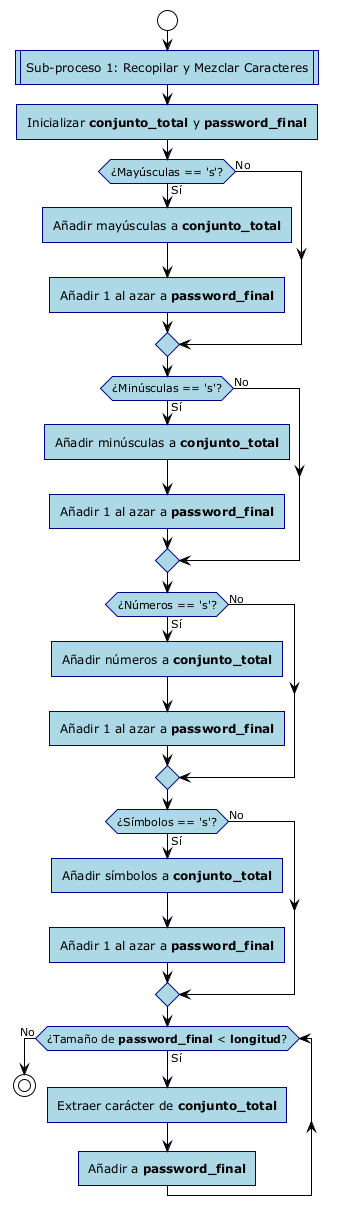
This is diagrama-sub1.png from nelsonmarro/generador_password_py, a PlantUML export, as it was before one commit.
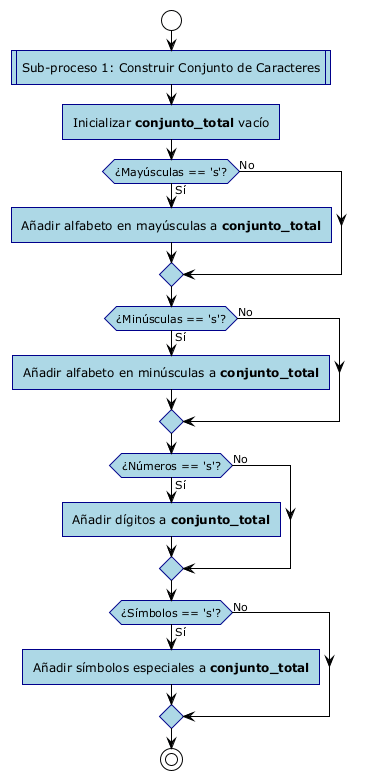
After the commit.

Diff of the diagram source:
```diff
@@ -8,38 +8,29 @@
 }
 
 start
-:Sub-proceso 1: Recopilar y Mezclar Caracteres; <<procedure>>
+:Sub-proceso 1: Construir Conjunto de Caracteres; <<procedure>>
 
-:Inicializar **conjunto_total** y **password_final**;
+:Inicializar **conjunto_total** vacío;
 
 if (¿Mayúsculas == 's'?) then (Sí)
-  :Añadir mayúsculas a **conjunto_total**;
-  :Añadir 1 al azar a **password_final**;
+  :Añadir alfabeto en mayúsculas a **conjunto_total**;
 else (No)
 endif
 
 if (¿Minúsculas == 's'?) then (Sí)
-  :Añadir minúsculas a **conjunto_total**;
-  :Añadir 1 al azar a **password_final**;
+  :Añadir alfabeto en minúsculas a **conjunto_total**;
 else (No)
 endif
 
 if (¿Números == 's'?) then (Sí)
-  :Añadir números a **conjunto_total**;
-  :Añadir 1 al azar a **password_final**;
+  :Añadir dígitos a **conjunto_total**;
 else (No)
 endif
 
 if (¿Símbolos == 's'?) then (Sí)
-  :Añadir símbolos a **conjunto_total**;
-  :Añadir 1 al azar a **password_final**;
+  :Añadir símbolos especiales a **conjunto_total**;
 else (No)
 endif
 
-while (¿Tamaño de **password_final** < **longitud**?) is (Sí)
-  :Extraer carácter de **conjunto_total**;
-  :Añadir a **password_final**;
-endwhile (No)
-
 stop
 @enduml
```
